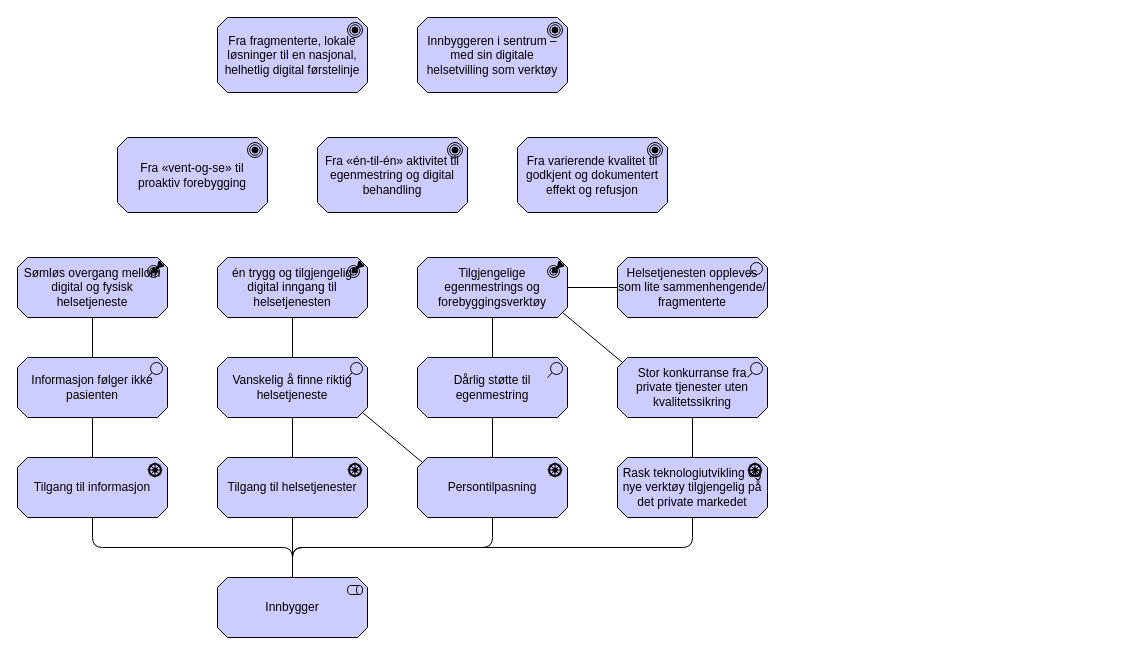
Earlier version of the draw.io diagram page "innbygger-concern" (2 of 6) of docs/interessent/motivasjon-interessent.drawio (hdir/Digital-Forstelinje). Source tidied: cells renumbered, new cells numbered last; positions are measured from the earlier drawing's top-left corner, leaving out a move shared by most shapes. Both pictures are drawn from the tidied source at 100%, with x=0, y=0 at pixel (17, 17).
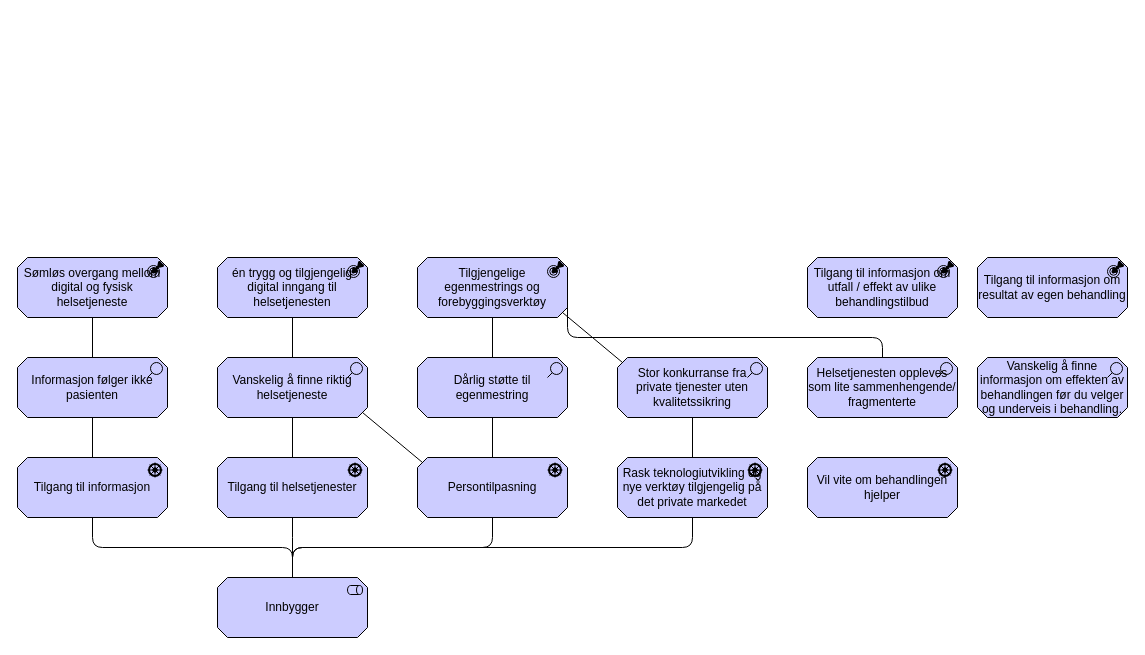
After the change.

Unchanged cells that the change refers to:
```xml
<mxCell id="19" value="Tilgjengelige egenmestrings og forebyggingsverktøy" style="html=1;outlineConnect=0;whiteSpace=wrap;fillColor=#CCCCFF;shape=mxgraph.archimate3.application;appType=outcome;archiType=oct;" parent="1" vertex="1">
  <mxGeometry x="400" y="240" width="150" height="60" as="geometry" />
</mxCell>
```

Diff of the diagram source:
```diff
@@
     <mxCell id="3" value="Helsetjenesten oppleves som lite sammenhengende/ fragmenterte" style="html=1;outlineConnect=0;whiteSpace=wrap;fillColor=#CCCCFF;shape=mxgraph.archimate3.application;appType=assess;archiType=oct;" parent="1" vertex="1">
-      <mxGeometry x="600" y="240" width="150" height="60" as="geometry" />
+      <mxGeometry x="790" y="340" width="150" height="60" as="geometry" />
     </mxCell>
@@
-    <mxCell id="24" style="html=1;endArrow=none;elbow=vertical;exitX=0;exitY=0.5;exitDx=0;exitDy=0;exitPerimeter=0;entryX=1;entryY=0.5;entryDx=0;entryDy=0;entryPerimeter=0;" parent="1" edge="1" source="3" target="19">
-      <mxGeometry relative="1" as="geometry" />
+    <mxCell id="24" style="html=1;endArrow=none;elbow=vertical;exitX=0.5;exitY=0;exitDx=0;exitDy=0;exitPerimeter=0;entryX=1;entryY=0.75;entryDx=0;entryDy=0;entryPerimeter=0;edgeStyle=elbowEdgeStyle;" parent="1" edge="1" source="3" target="19">
+      <mxGeometry relative="1" as="geometry">
+        <Array as="points">
+          <mxPoint x="710" y="320" />
+        </Array>
+      </mxGeometry>
     </mxCell>
@@
-    <mxCell id="29" value="Fra fragmenterte, lokale løsninger til en nasjonal, helhetlig digital førstelinje" style="html=1;whiteSpace=wrap;fillColor=#CCCCFF;shape=mxgraph.archimate3.application;appType=goal;archiType=oct;" parent="1" vertex="1">
-      <mxGeometry x="200" width="150" height="75" as="geometry" />
-    </mxCell>
-    <mxCell id="30" value="Fra «vent-og-se» til proaktiv forebygging" style="html=1;whiteSpace=wrap;fillColor=#CCCCFF;shape=mxgraph.archimate3.application;appType=goal;archiType=oct;" parent="1" vertex="1">
-      <mxGeometry x="100" y="120" width="150" height="75" as="geometry" />
-    </mxCell>
-    <mxCell id="31" value="Fra «én-til-én» aktivitet til egenmestring og digital behandling" style="html=1;whiteSpace=wrap;fillColor=#CCCCFF;shape=mxgraph.archimate3.application;appType=goal;archiType=oct;" parent="1" vertex="1">
-      <mxGeometry x="300" y="120" width="150" height="75" as="geometry" />
-    </mxCell>
-    <mxCell id="32" value="Fra varierende kvalitet til godkjent og dokumentert effekt og refusjon" style="html=1;whiteSpace=wrap;fillColor=#CCCCFF;shape=mxgraph.archimate3.application;appType=goal;archiType=oct;" parent="1" vertex="1">
-      <mxGeometry x="500" y="120" width="150" height="75" as="geometry" />
-    </mxCell>
-    <mxCell id="33" value="Innbyggeren i sentrum – med sin digitale helsetvilling som verktøy" style="html=1;whiteSpace=wrap;fillColor=#CCCCFF;shape=mxgraph.archimate3.application;appType=goal;archiType=oct;" parent="1" vertex="1">
-      <mxGeometry x="400" width="150" height="75" as="geometry" />
-    </mxCell>
+    <mxCell id="34" value="&lt;span style=&quot;color: rgb(0, 0, 0);&quot;&gt;Vil vite om behandlingen hjelper&lt;/span&gt;" style="html=1;whiteSpace=wrap;fillColor=#CCCCFF;shape=mxgraph.archimate3.application;appType=driver;archiType=oct;" parent="1" vertex="1">
+      <mxGeometry x="790" y="440" width="150" height="60" as="geometry" />
+    </mxCell>
+    <mxCell id="35" value="Vanskelig å finne informasjon om effekten av behandlingen før du velger og underveis i behandling." style="html=1;whiteSpace=wrap;fillColor=#CCCCFF;shape=mxgraph.archimate3.application;appType=assess;archiType=oct;" parent="1" vertex="1">
+      <mxGeometry x="960" y="340" width="150" height="60" as="geometry" />
+    </mxCell>
+    <mxCell id="36" value="Tilgang til informasjon om utfall / effekt av ulike behandlingstilbud" style="html=1;whiteSpace=wrap;fillColor=#CCCCFF;shape=mxgraph.archimate3.application;appType=outcome;archiType=oct;" parent="1" vertex="1">
+      <mxGeometry x="790" y="240" width="150" height="60" as="geometry" />
+    </mxCell>
+    <mxCell id="37" value="Tilgang til informasjon om resultat av egen behandling" style="html=1;whiteSpace=wrap;fillColor=#CCCCFF;shape=mxgraph.archimate3.application;appType=outcome;archiType=oct;" parent="1" vertex="1">
+      <mxGeometry x="960" y="240" width="150" height="60" as="geometry" />
+    </mxCell>
```
